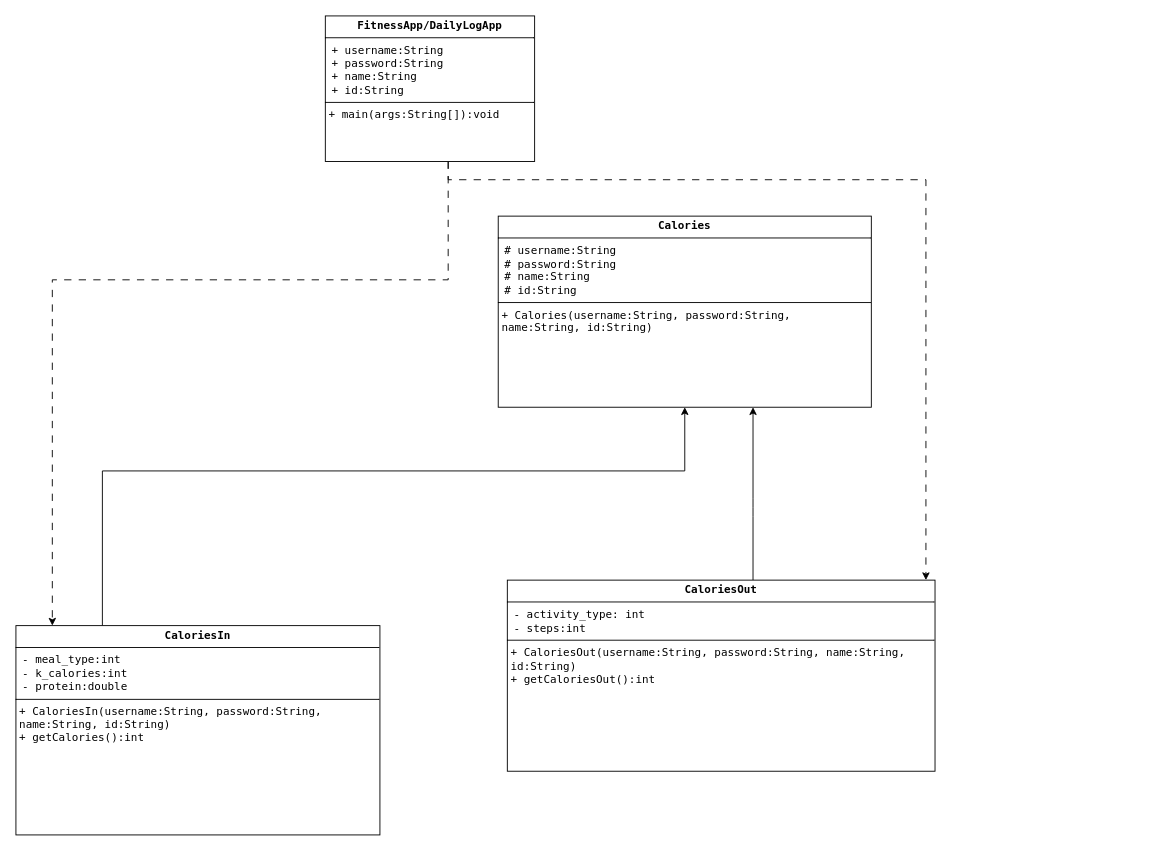
Above: FitnessAppClassDiagram.drawio in DebugT/oop_gorup_t (draw.io), before the change. Source tidied: cells renumbered, new cells numbered last; positions are measured from the earlier drawing's top-left corner, leaving out a move shared by most shapes. Both pictures are drawn from the tidied source at 91%, with x=0, y=0 at pixel (15, 15).
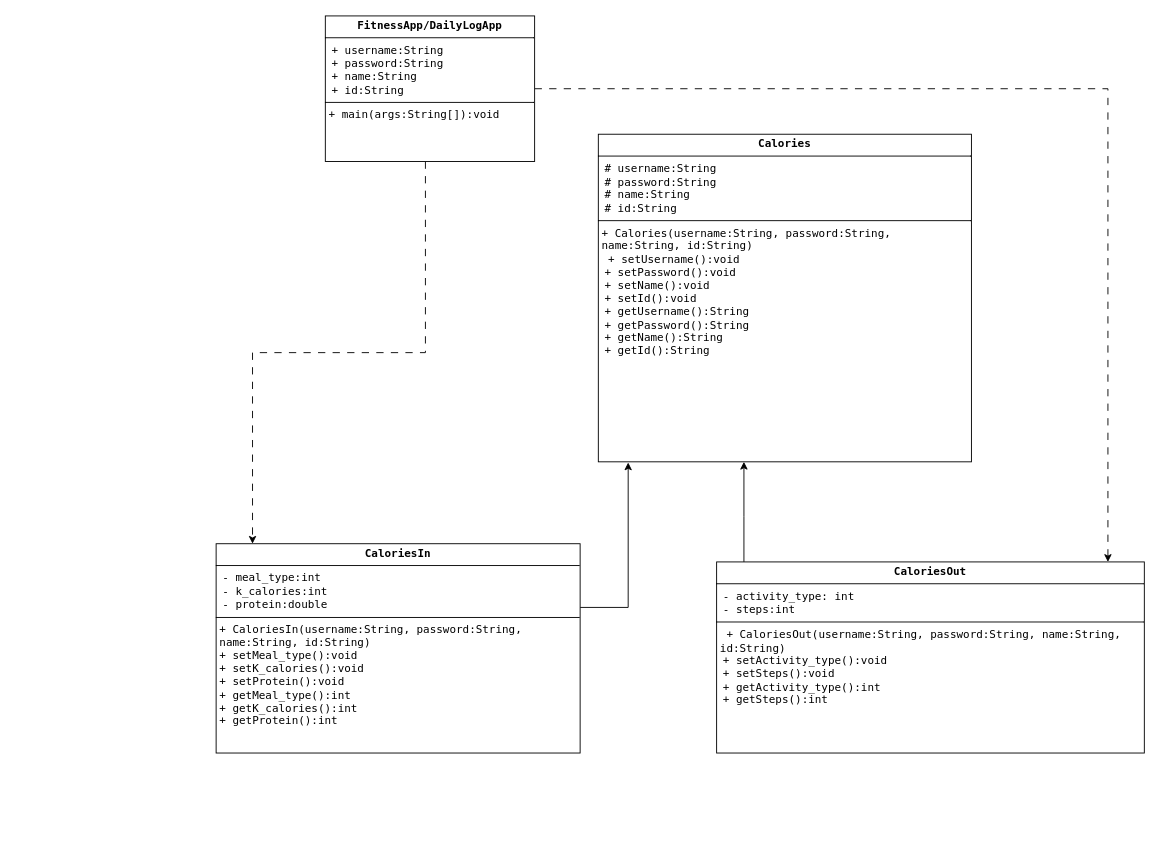
Above is the later version.

Commit message:
oop t clas diagram 05

What changed in the source:
```diff
@@
 <mxGraphModel>
   <root>
     <mxCell id="0" />
     <mxCell id="1" parent="0" />
-    <mxCell id="2" value="&lt;p style=&quot;margin:0px;margin-top:4px;text-align:center;&quot;&gt;&lt;b&gt;Calories&lt;/b&gt;&lt;/p&gt;&lt;hr size=&quot;1&quot; style=&quot;border-style:solid;&quot;&gt;&amp;nbsp;# username:String&lt;div&gt;&amp;nbsp;# password:String&lt;/div&gt;&lt;div&gt;&amp;nbsp;# name:String&lt;/div&gt;&lt;div&gt;&amp;nbsp;# id:String&lt;/div&gt;&lt;hr size=&quot;1&quot; style=&quot;border-style:solid;&quot;&gt;&lt;p style=&quot;margin:0px;margin-left:4px;&quot;&gt;+ Calories(username:String, password:String, name:String, id:String)&lt;/p&gt;" style="verticalAlign=top;align=left;overflow=fill;html=1;whiteSpace=wrap;rounded=0;shadow=0;glass=0;multiple=0;fontFamily=Lucida Console;" parent="1" vertex="1">
-      <mxGeometry x="530" y="220" width="410" height="210" as="geometry" />
-    </mxCell>
-    <mxCell id="3" style="edgeStyle=orthogonalEdgeStyle;rounded=0;jettySize=auto;html=1;dashed=1;dashPattern=8 8;" parent="1" edge="1" source="5" target="7">
-      <mxGeometry x="-0.02" relative="1" as="geometry">
-        <Array as="points">
-          <mxPoint x="475" y="290" />
-          <mxPoint x="40" y="290" />
-        </Array>
-      </mxGeometry>
-    </mxCell>
-    <mxCell id="4" style="edgeStyle=orthogonalEdgeStyle;rounded=0;jettySize=auto;html=1;dashed=1;dashPattern=8 8;" parent="1" edge="1" source="5" target="9">
-      <mxGeometry x="0.57" relative="1" as="geometry">
-        <Array as="points">
-          <mxPoint x="475" y="180" />
-          <mxPoint x="1000" y="180" />
-        </Array>
-      </mxGeometry>
-    </mxCell>
+    <mxCell id="10" value="&lt;p style=&quot;margin:0px;margin-top:4px;text-align:center;&quot;&gt;&lt;b&gt;Calories&lt;/b&gt;&lt;/p&gt;&lt;hr size=&quot;1&quot; style=&quot;border-style:solid;&quot;&gt;&amp;nbsp;# username:String&lt;div&gt;&amp;nbsp;# password:String&lt;/div&gt;&lt;div&gt;&amp;nbsp;# name:String&lt;/div&gt;&lt;div&gt;&amp;nbsp;# id:String&lt;/div&gt;&lt;hr size=&quot;1&quot; style=&quot;border-style:solid;&quot;&gt;&lt;p style=&quot;margin:0px;margin-left:4px;&quot;&gt;+ Calories(username:String, password:String, name:String, id:String)&lt;/p&gt;&lt;p style=&quot;margin:0px;margin-left:4px;&quot;&gt;&amp;nbsp;+ setUsername():void&lt;/p&gt;&lt;div&gt;&amp;nbsp;+ setPassword():void&lt;/div&gt;&lt;div&gt;&amp;nbsp;+ setName():void&lt;/div&gt;&lt;div&gt;&amp;nbsp;+ setId():void&lt;/div&gt;&lt;div&gt;&amp;nbsp;+ getUsername():String&lt;/div&gt;&lt;div&gt;&lt;div&gt;&amp;nbsp;+ getPassword():String&lt;/div&gt;&lt;div&gt;&amp;nbsp;+ getName():String&lt;/div&gt;&lt;div&gt;&amp;nbsp;+ getId():String&lt;/div&gt;&lt;p style=&quot;margin:0px;margin-left:4px;&quot;&gt;&lt;br&gt;&lt;/p&gt;&lt;br&gt;&lt;/div&gt;&lt;p style=&quot;margin:0px;margin-left:4px;&quot;&gt;&lt;br&gt;&lt;/p&gt;&lt;p style=&quot;margin:0px;margin-left:4px;&quot;&gt;&lt;br&gt;&lt;/p&gt;" style="verticalAlign=top;align=left;overflow=fill;html=1;whiteSpace=wrap;rounded=0;shadow=0;glass=0;multiple=0;fontFamily=Lucida Console;" parent="1" vertex="1">
+      <mxGeometry x="640" y="130" width="410" height="360" as="geometry" />
+    </mxCell>
+    <mxCell id="11" style="edgeStyle=orthogonalEdgeStyle;rounded=0;jettySize=auto;html=1;dashed=1;dashPattern=8 8;" parent="1" edge="1" source="5" target="14">
+      <mxGeometry x="-0.78" relative="1" as="geometry">
+        <Array as="points">
+          <mxPoint x="450" y="370" />
+          <mxPoint x="260" y="370" />
+        </Array>
+      </mxGeometry>
+    </mxCell>
+    <mxCell id="12" style="edgeStyle=orthogonalEdgeStyle;rounded=0;jettySize=auto;html=1;dashed=1;dashPattern=8 8;" parent="1" edge="1" source="5" target="16">
+      <mxGeometry x="0.57" relative="1" as="geometry">
+        <Array as="points">
+          <mxPoint x="1200" y="80" />
+        </Array>
+      </mxGeometry>
+    </mxCell>
     <mxCell id="5" value="&lt;p style=&quot;margin:0px;margin-top:4px;text-align:center;&quot;&gt;&lt;b&gt;FitnessApp/DailyLogApp&lt;/b&gt;&lt;/p&gt;&lt;hr size=&quot;1&quot; style=&quot;border-style:solid;&quot;&gt;&lt;div&gt;&amp;nbsp;+ username:String&lt;/div&gt;&lt;div&gt;&amp;nbsp;+ password:String&lt;/div&gt;&lt;div&gt;&amp;nbsp;+ name:String&lt;/div&gt;&lt;div&gt;&amp;nbsp;+ id:String&lt;/div&gt;&lt;hr size=&quot;1&quot; style=&quot;border-style:solid;&quot;&gt;&lt;p style=&quot;margin:0px;margin-left:4px;&quot;&gt;+ main(args:String[]):void&lt;/p&gt;" style="verticalAlign=top;align=left;overflow=fill;html=1;whiteSpace=wrap;autosizeText=0;fontSize=12;fontFamily=Lucida Console;" parent="1" vertex="1">
       <mxGeometry x="340" width="230" height="160" as="geometry" />
     </mxCell>
-    <mxCell id="6" style="edgeStyle=orthogonalEdgeStyle;rounded=0;jettySize=auto;html=1;entryX=0.5;entryY=1;entryDx=0;entryDy=0;" parent="1" edge="1" source="7" target="2">
-      <mxGeometry x="0.37" relative="1" as="geometry">
-        <Array as="points">
-          <mxPoint x="95" y="500" />
-          <mxPoint x="735" y="500" />
-        </Array>
-      </mxGeometry>
-    </mxCell>
-    <mxCell id="7" value="&lt;p style=&quot;margin:0px;margin-top:4px;text-align:center;&quot;&gt;&lt;b&gt;CaloriesIn&lt;/b&gt;&lt;/p&gt;&lt;hr size=&quot;1&quot; style=&quot;border-style:solid;&quot;&gt;&lt;div&gt;&amp;nbsp;- meal_type:int&lt;/div&gt;&lt;div&gt;&amp;nbsp;- k_calories:int&lt;/div&gt;&lt;div&gt;&amp;nbsp;- protein:double&lt;/div&gt;&lt;hr size=&quot;1&quot; style=&quot;border-style:solid;&quot;&gt;&lt;p style=&quot;margin:0px;margin-left:4px;&quot;&gt;+ CaloriesIn(username:String, password:String, name:String, id:String)&lt;/p&gt;&lt;p style=&quot;margin:0px;margin-left:4px;&quot;&gt;+ getCalories():int&lt;/p&gt;" style="verticalAlign=top;align=left;overflow=fill;html=1;whiteSpace=wrap;fontFamily=Lucida Console;" parent="1" vertex="1">
-      <mxGeometry y="670" width="400" height="230" as="geometry" />
-    </mxCell>
-    <mxCell id="8" style="edgeStyle=orthogonalEdgeStyle;rounded=1;jettySize=auto;html=1;defaultLabelBackgroundColor=page;curved=0;" parent="1" edge="1" source="9" target="2">
-      <mxGeometry relative="1" as="geometry">
-        <Array as="points">
-          <mxPoint x="810" y="540" />
-          <mxPoint x="810" y="540" />
-        </Array>
-      </mxGeometry>
-    </mxCell>
-    <mxCell id="9" value="&lt;p style=&quot;margin:0px;margin-top:4px;text-align:center;&quot;&gt;&lt;b&gt;CaloriesOut&lt;/b&gt;&lt;/p&gt;&lt;hr size=&quot;1&quot; style=&quot;border-style:solid;&quot;&gt;&lt;div&gt;&amp;nbsp;- activity_type: int&lt;/div&gt;&lt;div&gt;&amp;nbsp;- steps:int&lt;/div&gt;&lt;hr size=&quot;1&quot; style=&quot;border-style:solid;&quot;&gt;&lt;p style=&quot;margin:0px;margin-left:4px;&quot;&gt;+ CaloriesOut(username:String, password:String, name:String, id:String)&lt;/p&gt;&lt;p style=&quot;margin:0px;margin-left:4px;&quot;&gt;+ getCaloriesOut():int&lt;/p&gt;" style="verticalAlign=top;align=left;overflow=fill;html=1;whiteSpace=wrap;fontFamily=Lucida Console;" parent="1" vertex="1">
-      <mxGeometry x="540" y="620" width="470" height="210" as="geometry" />
-    </mxCell>
+    <mxCell id="13" style="edgeStyle=orthogonalEdgeStyle;rounded=0;jettySize=auto;html=1;entryX=0.08;entryY=1.002;entryDx=0;entryDy=0;entryPerimeter=0;" parent="1" edge="1" source="14" target="10">
+      <mxGeometry x="0.29" relative="1" as="geometry">
+        <Array as="points">
+          <mxPoint x="672.8" y="650" />
+        </Array>
+      </mxGeometry>
+    </mxCell>
+    <mxCell id="14" value="&lt;p style=&quot;margin:0px;margin-top:4px;text-align:center;&quot;&gt;&lt;b&gt;CaloriesIn&lt;/b&gt;&lt;/p&gt;&lt;hr size=&quot;1&quot; style=&quot;border-style:solid;&quot;&gt;&lt;div&gt;&amp;nbsp;- meal_type:int&lt;/div&gt;&lt;div&gt;&amp;nbsp;- k_calories:int&lt;/div&gt;&lt;div&gt;&amp;nbsp;- protein:double&lt;/div&gt;&lt;hr size=&quot;1&quot; style=&quot;border-style:solid;&quot;&gt;&lt;p style=&quot;margin:0px;margin-left:4px;&quot;&gt;+ CaloriesIn(username:String, password:String, name:String, id:String)&lt;/p&gt;&lt;p style=&quot;margin:0px;margin-left:4px;&quot;&gt;+ setMeal_type():void&lt;/p&gt;&lt;p style=&quot;margin:0px;margin-left:4px;&quot;&gt;+ setK_calories():void&lt;/p&gt;&lt;p style=&quot;margin:0px;margin-left:4px;&quot;&gt;+ setProtein():void&lt;/p&gt;&lt;p style=&quot;margin:0px;margin-left:4px;&quot;&gt;+ getMeal_type():int&lt;/p&gt;&lt;p style=&quot;margin:0px;margin-left:4px;&quot;&gt;+ getK_calories():int&lt;/p&gt;&lt;p style=&quot;margin:0px;margin-left:4px;&quot;&gt;+ getProtein():int&lt;/p&gt;&lt;p style=&quot;margin:0px;margin-left:4px;&quot;&gt;&lt;br&gt;&lt;/p&gt;&lt;p style=&quot;margin:0px;margin-left:4px;&quot;&gt;&lt;br&gt;&lt;/p&gt;" style="verticalAlign=top;align=left;overflow=fill;html=1;whiteSpace=wrap;fontFamily=Lucida Console;" parent="1" vertex="1">
+      <mxGeometry x="220" y="580" width="400" height="230" as="geometry" />
+    </mxCell>
+    <mxCell id="15" style="edgeStyle=orthogonalEdgeStyle;rounded=0;jettySize=auto;html=1;defaultLabelBackgroundColor=page;curved=0;" parent="1" edge="1" source="16" target="10">
+      <mxGeometry relative="1" as="geometry">
+        <Array as="points">
+          <mxPoint x="800" y="550" />
+          <mxPoint x="800" y="550" />
+        </Array>
+      </mxGeometry>
+    </mxCell>
+    <mxCell id="16" value="&lt;p style=&quot;margin:0px;margin-top:4px;text-align:center;&quot;&gt;&lt;b&gt;CaloriesOut&lt;/b&gt;&lt;/p&gt;&lt;hr size=&quot;1&quot; style=&quot;border-style:solid;&quot;&gt;&lt;div&gt;&amp;nbsp;- activity_type: int&lt;/div&gt;&lt;div&gt;&amp;nbsp;- steps:int&lt;/div&gt;&lt;hr size=&quot;1&quot; style=&quot;border-style:solid;&quot;&gt;&lt;p style=&quot;margin:0px;margin-left:4px;&quot;&gt;&amp;nbsp;+ CaloriesOut(username:String, password:String, name:String, id:String)&lt;/p&gt;&lt;div&gt;&amp;nbsp;+ setActivity_type():void&lt;/div&gt;&lt;div&gt;&amp;nbsp;+ setSteps():void&lt;div&gt;&amp;nbsp;+ getActivity_type():int&lt;/div&gt;&lt;div&gt;&amp;nbsp;+ getSteps():int&lt;/div&gt;&lt;/div&gt;&lt;p style=&quot;margin:0px;margin-left:4px;&quot;&gt;&lt;br&gt;&lt;/p&gt;" style="verticalAlign=top;align=left;overflow=fill;html=1;whiteSpace=wrap;fontFamily=Lucida Console;" parent="1" vertex="1">
+      <mxGeometry x="770" y="600" width="470" height="210" as="geometry" />
+    </mxCell>
   </root>
 </mxGraphModel>
```
